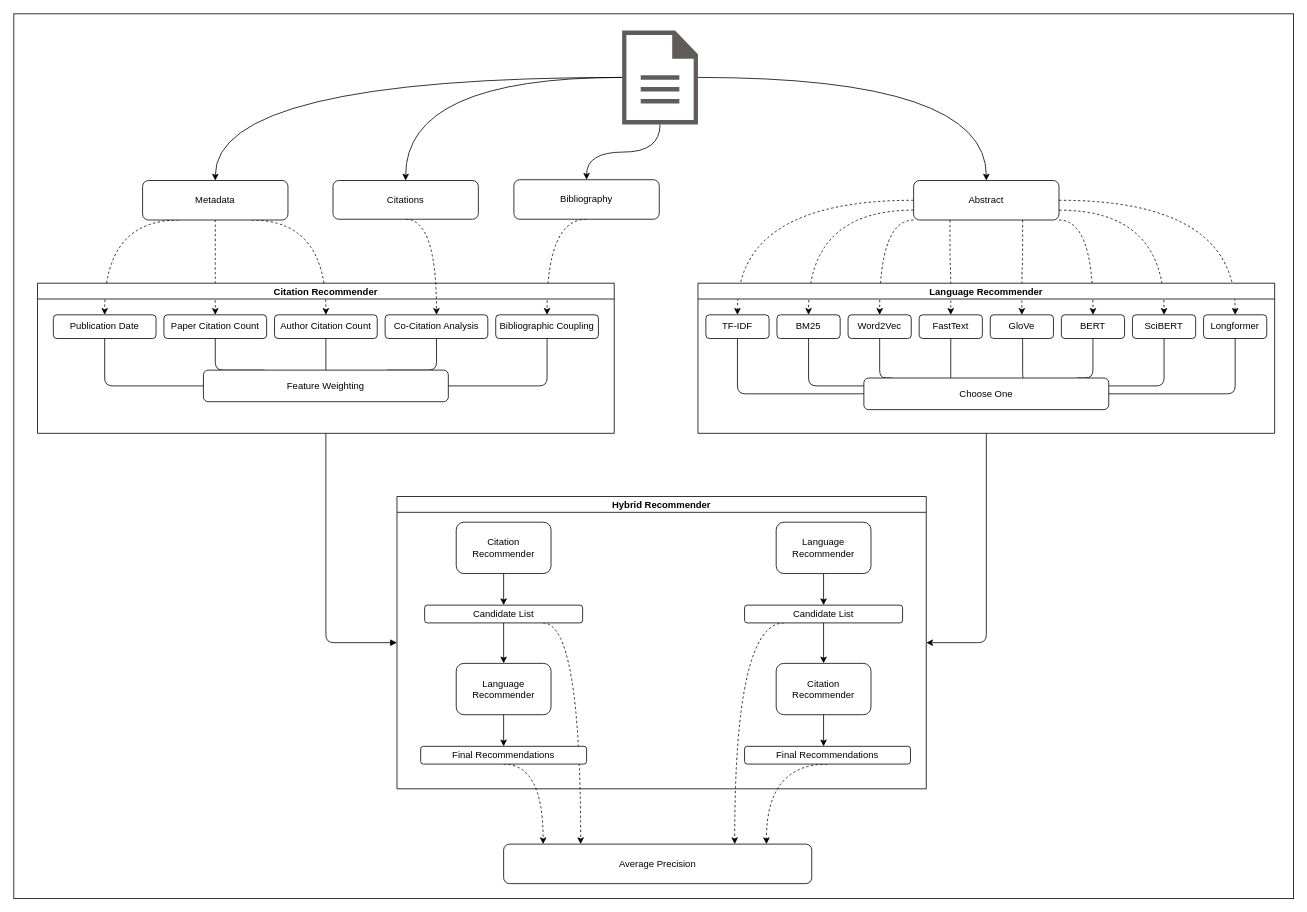
Before: static/hybrid-architecture.drawio in joel-beck/readnext, a draw.io diagram. Source tidied: cells renumbered, new cells numbered last; positions are measured from the earlier drawing's top-left corner, leaving out a move shared by most shapes. Both pictures are drawn from the tidied source at 79%, with x=0, y=0 at pixel (13, 13).
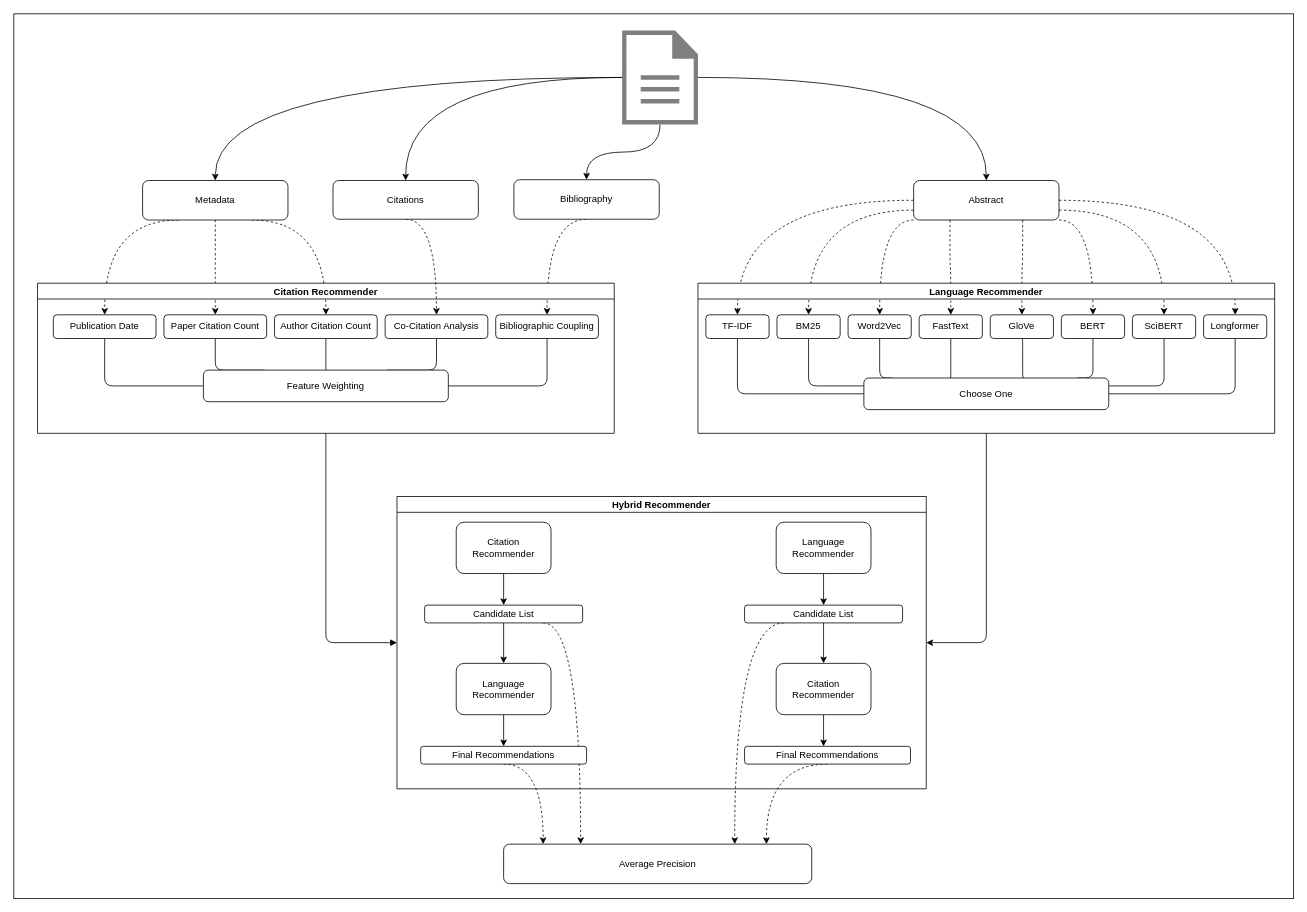
After the change.

Commit message (it also covers changes not shown here):
lighter color for document icon

What changed in the source:
```diff
@@
-    <mxCell id="9" style="shadow=0;dashed=0;html=1;strokeColor=none;fillColor=#605c5c;labelPosition=center;verticalLabelPosition=bottom;verticalAlign=top;outlineConnect=0;align=center;shape=mxgraph.office.concepts.document;fillStyle=auto;gradientColor=none;" parent="1" vertex="1">
+    <mxCell id="9" style="shadow=0;dashed=0;html=1;strokeColor=none;fillColor=#817e7e;labelPosition=center;verticalLabelPosition=bottom;verticalAlign=top;outlineConnect=0;align=center;shape=mxgraph.office.concepts.document;fillStyle=auto;gradientColor=none;" parent="1" vertex="1">
       <mxGeometry x="770" y="21" width="96" height="119" as="geometry" />
     </mxCell>
```
